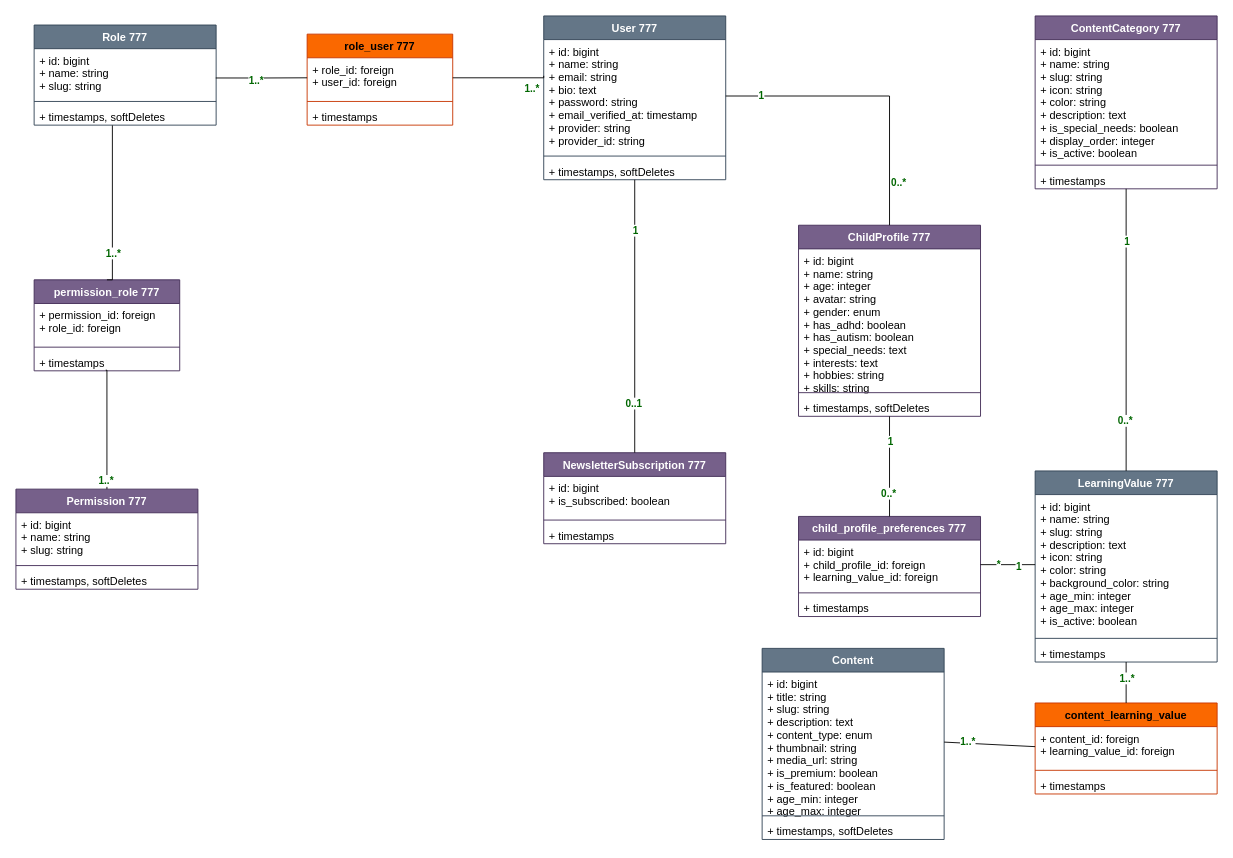
The draw.io diagram UML/class.drawio in ettaoussiilyas/KidsGuard, before the edit. Source tidied: cells renumbered, new cells numbered last; positions are measured from the earlier drawing's top-left corner, leaving out a move shared by most shapes. Both pictures are drawn from the tidied source at 91%, with x=0, y=0 at pixel (15, 15).
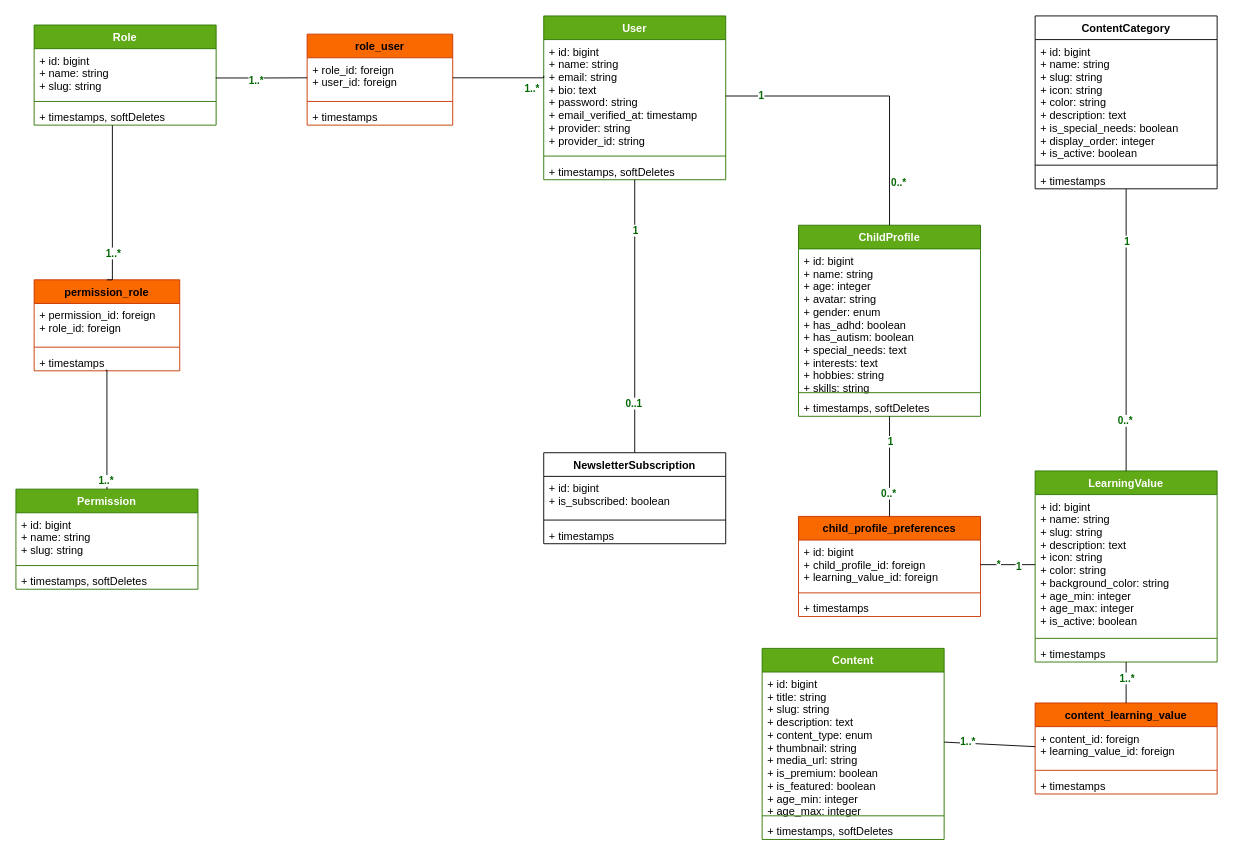
After the change.

Commit message:
usecase updating to make it more visual

Change to the diagram source:
```diff
@@
-    <mxCell id="2" value="User 777" style="swimlane;fontStyle=1;align=center;verticalAlign=top;horizontal=1;startSize=26;fillColor=#647687;fontColor=#ffffff;strokeColor=#314354;" parent="1" vertex="1">
+    <mxCell id="2" value="User" style="swimlane;fontStyle=1;align=center;verticalAlign=top;horizontal=1;startSize=26;fillColor=#60a917;fontColor=#ffffff;strokeColor=#2D7600;" parent="1" vertex="1">
       <mxGeometry x="580" width="200" height="180" as="geometry" />
     </mxCell>
@@
-    <mxCell id="6" value="Role 777" style="swimlane;fontStyle=1;align=center;verticalAlign=top;horizontal=1;startSize=26;fillColor=#647687;strokeColor=#314354;fontColor=#ffffff;" parent="1" vertex="1">
+    <mxCell id="6" value="Role" style="swimlane;fontStyle=1;align=center;verticalAlign=top;horizontal=1;startSize=26;fillColor=#60a917;strokeColor=#2D7600;fontColor=#ffffff;" parent="1" vertex="1">
       <mxGeometry x="20" y="10" width="200" height="110" as="geometry" />
     </mxCell>
@@
-    <mxCell id="10" value="Permission 777" style="swimlane;fontStyle=1;align=center;verticalAlign=top;horizontal=1;startSize=26;fillColor=#76608a;strokeColor=#432D57;fontColor=#ffffff;" parent="1" vertex="1">
+    <mxCell id="10" value="Permission" style="swimlane;fontStyle=1;align=center;verticalAlign=top;horizontal=1;startSize=26;fillColor=#60a917;strokeColor=#2D7600;fontColor=#ffffff;" parent="1" vertex="1">
       <mxGeometry y="520" width="200" height="110" as="geometry" />
     </mxCell>
@@
-    <mxCell id="14" value="ChildProfile 777" style="swimlane;fontStyle=1;align=center;verticalAlign=top;horizontal=1;startSize=26;fillColor=#76608a;strokeColor=#432D57;fontColor=#ffffff;" parent="1" vertex="1">
+    <mxCell id="14" value="ChildProfile" style="swimlane;fontStyle=1;align=center;verticalAlign=top;horizontal=1;startSize=26;fillColor=#60a917;fontColor=#ffffff;strokeColor=#2D7600;" parent="1" vertex="1">
       <mxGeometry x="860" y="230" width="200" height="210" as="geometry" />
     </mxCell>
@@
-    <mxCell id="18" value="ContentCategory 777" style="swimlane;fontStyle=1;align=center;verticalAlign=top;horizontal=1;startSize=26;fillColor=#76608a;strokeColor=#432D57;fontColor=#ffffff;" parent="1" vertex="1">
+    <mxCell id="18" value="ContentCategory" style="swimlane;fontStyle=1;align=center;verticalAlign=top;horizontal=1;startSize=26;" parent="1" vertex="1">
       <mxGeometry x="1120" width="200" height="190" as="geometry" />
     </mxCell>
@@
-    <mxCell id="22" value="LearningValue 777" style="swimlane;fontStyle=1;align=center;verticalAlign=top;horizontal=1;startSize=26;fillColor=#647687;strokeColor=#314354;fontColor=#ffffff;" parent="1" vertex="1">
+    <mxCell id="22" value="LearningValue" style="swimlane;fontStyle=1;align=center;verticalAlign=top;horizontal=1;startSize=26;fillColor=#60a917;strokeColor=#2D7600;fontColor=#ffffff;" parent="1" vertex="1">
       <mxGeometry x="1120" y="500" width="200" height="210" as="geometry" />
     </mxCell>
@@
-    <mxCell id="26" value="NewsletterSubscription 777" style="swimlane;fontStyle=1;align=center;verticalAlign=top;horizontal=1;startSize=26;fillColor=#76608a;strokeColor=#432D57;fontColor=#ffffff;" parent="1" vertex="1">
+    <mxCell id="26" value="NewsletterSubscription" style="swimlane;fontStyle=1;align=center;verticalAlign=top;horizontal=1;startSize=26;" parent="1" vertex="1">
       <mxGeometry x="580" y="480" width="200" height="100" as="geometry" />
     </mxCell>
@@
-    <mxCell id="30" value="role_user 777" style="swimlane;fontStyle=1;align=center;verticalAlign=top;horizontal=1;startSize=26;fillColor=#fa6800;strokeColor=#C73500;fontColor=#000000;" parent="1" vertex="1">
+    <mxCell id="30" value="role_user" style="swimlane;fontStyle=1;align=center;verticalAlign=top;horizontal=1;startSize=26;fillColor=#fa6800;strokeColor=#C73500;fontColor=#000000;" parent="1" vertex="1">
       <mxGeometry x="320" y="20" width="160" height="100" as="geometry" />
     </mxCell>
@@
-    <mxCell id="34" value="permission_role 777" style="swimlane;fontStyle=1;align=center;verticalAlign=top;horizontal=1;startSize=26;fillColor=#76608a;fontColor=#ffffff;strokeColor=#432D57;" parent="1" vertex="1">
+    <mxCell id="34" value="permission_role" style="swimlane;fontStyle=1;align=center;verticalAlign=top;horizontal=1;startSize=26;fillColor=#fa6800;fontColor=#000000;strokeColor=#C73500;" parent="1" vertex="1">
       <mxGeometry x="20" y="290" width="160" height="100" as="geometry" />
     </mxCell>
@@
-    <mxCell id="38" value="child_profile_preferences 777" style="swimlane;fontStyle=1;align=center;verticalAlign=top;horizontal=1;startSize=26;fillColor=#76608a;fontColor=#ffffff;strokeColor=#432D57;" parent="1" vertex="1">
+    <mxCell id="38" value="child_profile_preferences" style="swimlane;fontStyle=1;align=center;verticalAlign=top;horizontal=1;startSize=26;fillColor=#fa6800;fontColor=#000000;strokeColor=#C73500;" parent="1" vertex="1">
       <mxGeometry x="860" y="550" width="200" height="110" as="geometry" />
     </mxCell>
@@
-    <mxCell id="65" value="Content" style="swimlane;fontStyle=1;align=center;verticalAlign=top;horizontal=1;startSize=26;fillColor=#647687;strokeColor=#314354;fontColor=#ffffff;" parent="1" vertex="1">
+    <mxCell id="65" value="Content" style="swimlane;fontStyle=1;align=center;verticalAlign=top;horizontal=1;startSize=26;fillColor=#60a917;strokeColor=#2D7600;fontColor=#ffffff;" parent="1" vertex="1">
       <mxGeometry x="820" y="695" width="200" height="210" as="geometry" />
     </mxCell>
```
